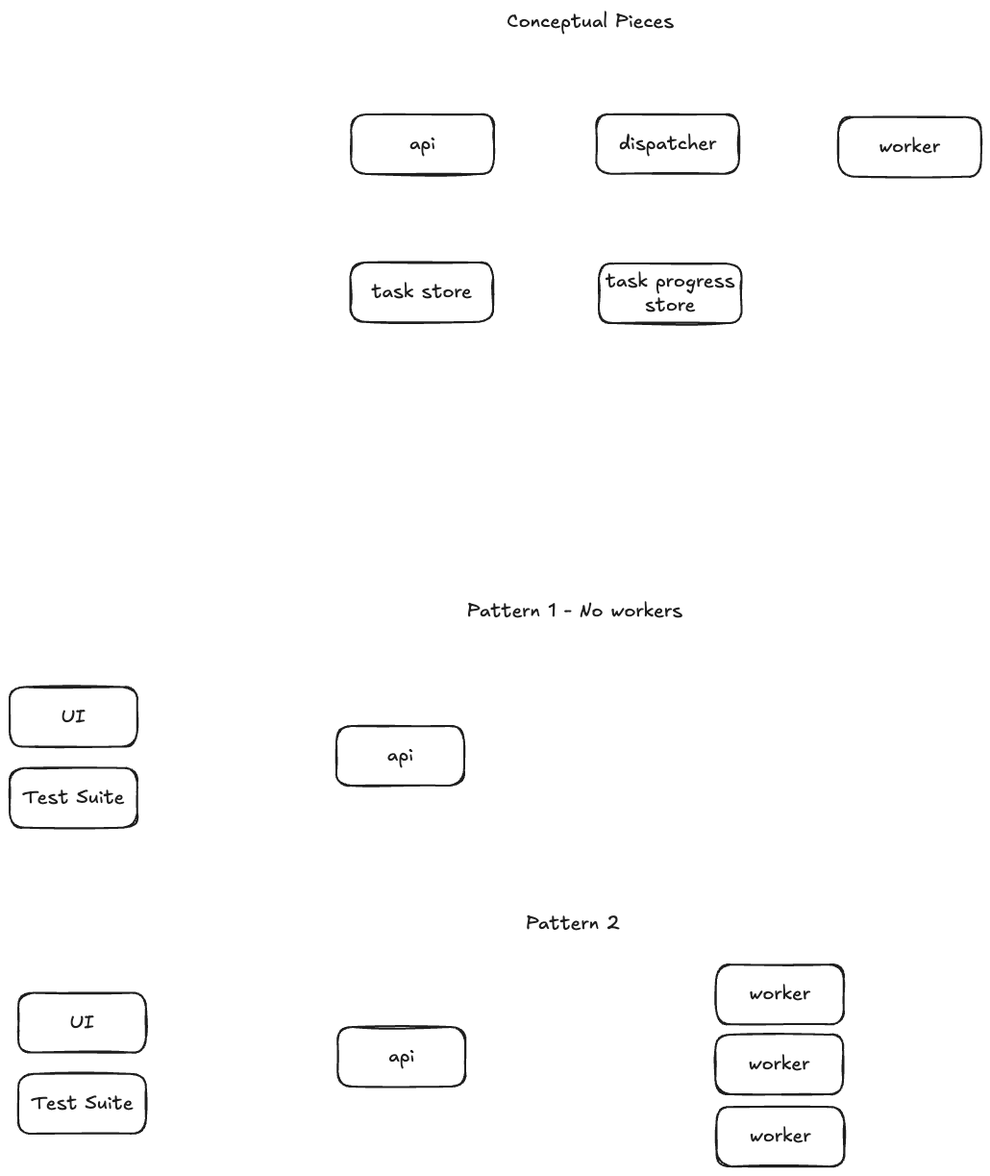
Before: docs/overview.excalidraw.png, a diagram exported from Excalidraw (deyarchit/work-distribution-patterns). Source tidied: one line per element, renumbered; positions are measured from the earlier drawing's top-left corner, leaving out a move shared by most shapes.
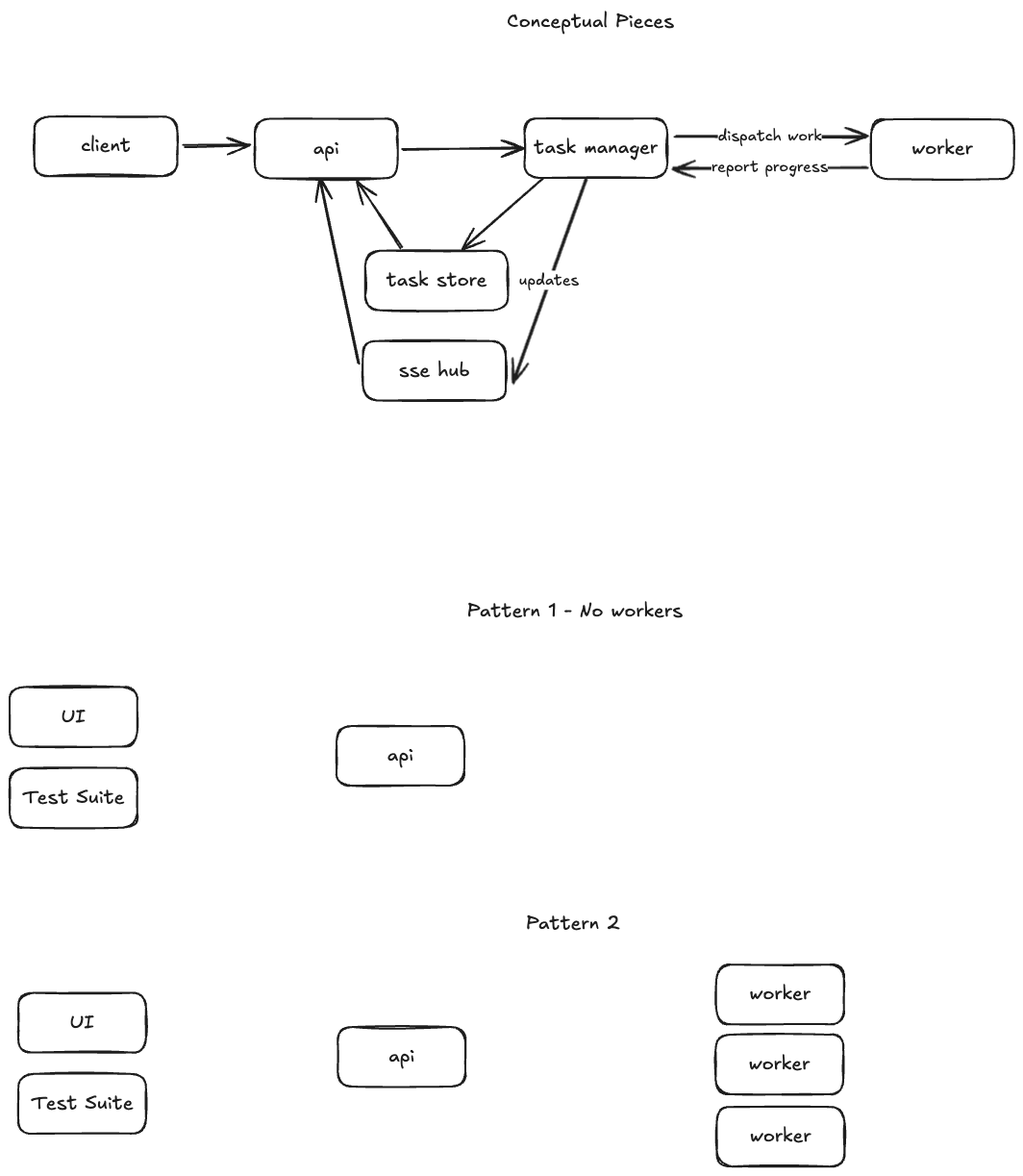
After the commit.

Diff of the diagram source:
```diff
@@ -19,13 +19,26 @@
 {"id": 18, "type": "rectangle", "strokeColor": "#1e1e1e", "strokeWidth": 2, "roughness": 1, "round": true, "x": 9, "y": 1107, "width": 133, "height": 62}
 {"id": 19, "type": "text", "text": "Test Suite", "strokeColor": "#1e1e1e", "strokeWidth": 2, "roughness": 1, "fontSize": 20, "fontFamily": 5, "textAlign": "center", "verticalAlign": "middle", "inside": 18, "x": 22, "y": 1125, "width": 106, "height": 25}
 {"id": 20, "type": "text", "text": "Conceptual Pieces", "strokeColor": "#1e1e1e", "strokeWidth": 2, "roughness": 1, "fontSize": 20, "fontFamily": 5, "x": 517, "y": 0, "width": 174, "height": 25}
-{"id": 21, "type": "rectangle", "strokeColor": "#1e1e1e", "strokeWidth": 2, "roughness": 1, "round": true, "x": 355, "y": 109, "width": 149, "height": 62}
+{"id": 21, "type": "rectangle", "strokeColor": "#1e1e1e", "strokeWidth": 2, "roughness": 1, "round": true, "x": 255, "y": 114, "width": 149, "height": 62}
-{"id": 22, "type": "text", "text": "api", "strokeColor": "#1e1e1e", "strokeWidth": 2, "roughness": 1, "fontSize": 20, "fontFamily": 5, "textAlign": "center", "verticalAlign": "middle", "inside": 21, "x": 416, "y": 127, "width": 27, "height": 25}
+{"id": 22, "type": "text", "text": "api", "strokeColor": "#1e1e1e", "strokeWidth": 2, "roughness": 1, "fontSize": 20, "fontFamily": 5, "textAlign": "center", "verticalAlign": "middle", "inside": 21, "x": 316, "y": 132, "width": 27, "height": 25}
-{"id": 23, "type": "rectangle", "strokeColor": "#1e1e1e", "strokeWidth": 2, "roughness": 1, "round": true, "x": 610, "y": 109, "width": 149, "height": 62}
+{"id": 23, "type": "rectangle", "strokeColor": "#1e1e1e", "strokeWidth": 2, "roughness": 1, "round": true, "x": 536, "y": 113, "width": 149, "height": 62}
-{"id": 24, "type": "text", "text": "dispatcher", "strokeColor": "#1e1e1e", "strokeWidth": 2, "roughness": 1, "fontSize": 20, "fontFamily": 5, "textAlign": "center", "verticalAlign": "middle", "inside": 23, "x": 634, "y": 127, "width": 102, "height": 25}
+{"id": 24, "type": "text", "text": "task manager", "strokeColor": "#1e1e1e", "strokeWidth": 2, "roughness": 1, "fontSize": 20, "fontFamily": 5, "textAlign": "center", "verticalAlign": "middle", "inside": 23, "x": 545, "y": 132, "width": 129, "height": 25}
-{"id": 25, "type": "rectangle", "strokeColor": "#1e1e1e", "strokeWidth": 2, "roughness": 1, "round": true, "x": 355, "y": 263, "width": 149, "height": 62}
+{"id": 25, "type": "rectangle", "strokeColor": "#1e1e1e", "strokeWidth": 2, "roughness": 1, "round": true, "x": 370, "y": 251, "width": 149, "height": 62}
-{"id": 26, "type": "text", "text": "task store", "strokeColor": "#1e1e1e", "strokeWidth": 2, "roughness": 1, "fontSize": 20, "fontFamily": 5, "textAlign": "center", "verticalAlign": "middle", "inside": 25, "x": 376, "y": 281, "width": 105, "height": 25}
+{"id": 26, "type": "text", "text": "task store", "strokeColor": "#1e1e1e", "strokeWidth": 2, "roughness": 1, "fontSize": 20, "fontFamily": 5, "textAlign": "center", "verticalAlign": "middle", "inside": 25, "x": 392, "y": 269, "width": 105, "height": 25}
-{"id": 27, "type": "rectangle", "strokeColor": "#1e1e1e", "strokeWidth": 2, "roughness": 1, "round": true, "x": 862, "y": 112, "width": 149, "height": 62}
+{"id": 27, "type": "rectangle", "strokeColor": "#1e1e1e", "strokeWidth": 2, "roughness": 1, "round": true, "x": 896, "y": 114, "width": 149, "height": 62}
-{"id": 28, "type": "text", "text": "worker", "strokeColor": "#1e1e1e", "strokeWidth": 2, "roughness": 1, "fontSize": 20, "fontFamily": 5, "textAlign": "center", "verticalAlign": "middle", "inside": 27, "x": 905, "y": 130, "width": 64, "height": 25}
+{"id": 28, "type": "text", "text": "worker", "strokeColor": "#1e1e1e", "strokeWidth": 2, "roughness": 1, "fontSize": 20, "fontFamily": 5, "textAlign": "center", "verticalAlign": "middle", "inside": 27, "x": 938, "y": 133, "width": 64, "height": 25}
-{"id": 29, "type": "rectangle", "strokeColor": "#1e1e1e", "strokeWidth": 2, "roughness": 1, "round": true, "x": 613, "y": 264, "width": 149, "height": 62}
-{"id": 30, "type": "text", "text": "task progress\nstore", "strokeColor": "#1e1e1e", "strokeWidth": 2, "roughness": 1, "fontSize": 20, "fontFamily": 5, "textAlign": "center", "verticalAlign": "middle", "inside": 29, "x": 620, "y": 270, "width": 134, "height": 50}
+{"id": 31, "type": "arrow", "strokeColor": "#1e1e1e", "strokeWidth": 2, "roughness": 1, "endArrowhead": "arrow", "round": true, "from": 23, "to": 27, "x": 691, "y": 131, "width": 199, "height": 1, "points": [[0, 0], [199, 1]]}
+{"id": 32, "type": "text", "text": "dispatch work", "strokeColor": "#1e1e1e", "strokeWidth": 2, "roughness": 1, "fontSize": 16, "fontFamily": 5, "textAlign": "center", "verticalAlign": "middle", "inside": 31, "x": 762, "y": 122, "width": 108, "height": 20}
+{"id": 33, "type": "arrow", "strokeColor": "#1e1e1e", "strokeWidth": 2, "roughness": 1, "endArrowhead": "arrow", "round": true, "from": 27, "to": 23, "x": 892, "y": 164, "width": 202, "height": 0, "points": [[0, 0], [-202, 0]]}
+{"id": 34, "type": "text", "text": "report progress", "strokeColor": "#1e1e1e", "strokeWidth": 2, "roughness": 1, "fontSize": 16, "fontFamily": 5, "textAlign": "center", "verticalAlign": "middle", "inside": 33, "x": 755, "y": 154, "width": 121, "height": 20}
+{"id": 35, "type": "arrow", "strokeColor": "#1e1e1e", "strokeWidth": 2, "roughness": 1, "endArrowhead": "arrow", "round": true, "from": 23, "to": 25, "x": 555, "y": 176, "width": 84, "height": 73, "points": [[0, 0], [-84, 73]]}
+{"id": 36, "type": "arrow", "strokeColor": "#1e1e1e", "strokeWidth": 2, "roughness": 1, "endArrowhead": "arrow", "round": true, "from": 25, "to": 21, "x": 407, "y": 249, "width": 46, "height": 71, "points": [[0, 0], [-46, -71]]}
+{"id": 37, "type": "rectangle", "strokeColor": "#1e1e1e", "strokeWidth": 2, "roughness": 1, "round": true, "x": 26, "y": 111, "width": 149, "height": 62}
+{"id": 38, "type": "text", "text": "client", "strokeColor": "#1e1e1e", "strokeWidth": 2, "roughness": 1, "fontSize": 20, "fontFamily": 5, "textAlign": "center", "verticalAlign": "middle", "inside": 37, "x": 74, "y": 130, "width": 52, "height": 25}
+{"id": 39, "type": "arrow", "strokeColor": "#1e1e1e", "strokeWidth": 2, "roughness": 1, "endArrowhead": "arrow", "round": true, "from": 37, "to": 21, "x": 181, "y": 141, "width": 68, "height": 0, "points": [[0, 0], [68, 0]]}
+{"id": 40, "type": "arrow", "strokeColor": "#1e1e1e", "strokeWidth": 2, "roughness": 1, "endArrowhead": "arrow", "round": true, "from": 21, "to": 23, "x": 409, "y": 146, "width": 125, "height": 2, "points": [[0, 0], [125, -2]]}
+{"id": 41, "type": "rectangle", "strokeColor": "#1e1e1e", "strokeWidth": 2, "roughness": 1, "round": true, "x": 367, "y": 345, "width": 149, "height": 62}
+{"id": 42, "type": "text", "text": "sse hub", "strokeColor": "#1e1e1e", "strokeWidth": 2, "roughness": 1, "fontSize": 20, "fontFamily": 5, "textAlign": "center", "verticalAlign": "middle", "inside": 41, "x": 405, "y": 363, "width": 74, "height": 25}
+{"id": 43, "type": "arrow", "strokeColor": "#1e1e1e", "strokeWidth": 2, "roughness": 1, "endArrowhead": "arrow", "round": true, "from": 23, "to": 41, "x": 599, "y": 175, "width": 76, "height": 212, "points": [[0, 0], [-76, 212]]}
+{"id": 44, "type": "text", "text": "updates", "strokeColor": "#1e1e1e", "strokeWidth": 2, "roughness": 1, "fontSize": 16, "fontFamily": 5, "textAlign": "center", "verticalAlign": "middle", "inside": 43, "x": 530, "y": 271, "width": 62, "height": 20}
+{"id": 45, "type": "arrow", "strokeColor": "#1e1e1e", "strokeWidth": 2, "roughness": 1, "endArrowhead": "arrow", "round": true, "from": 41, "to": 21, "x": 363, "y": 368, "width": 40, "height": 192, "points": [[0, 0], [-40, -192]]}
```
